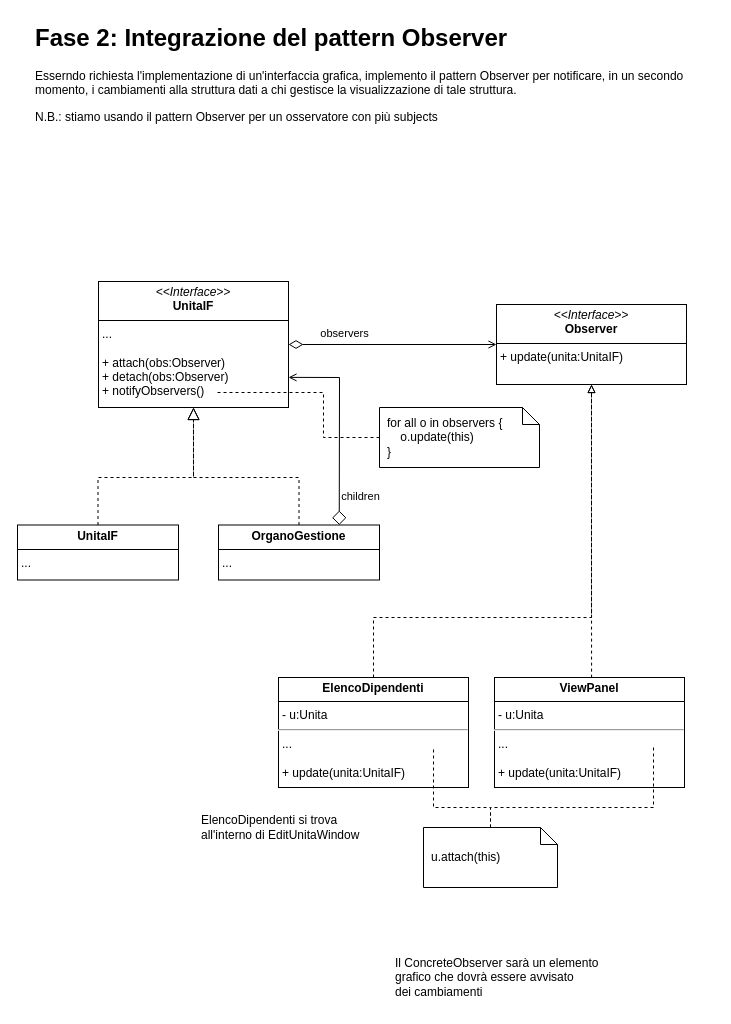
Before: page "Fase 2 - Pattern Observer" (2 of 9) of organigramma-aziendale.drawio in riccardo-florio/organigramma_aziendale, a draw.io diagram. Source tidied: cells renumbered, new cells numbered last; positions are measured from the earlier drawing's top-left corner, leaving out a move shared by most shapes. Both pictures are drawn from the tidied source at 100%, with x=0, y=0 at pixel (17, 17).
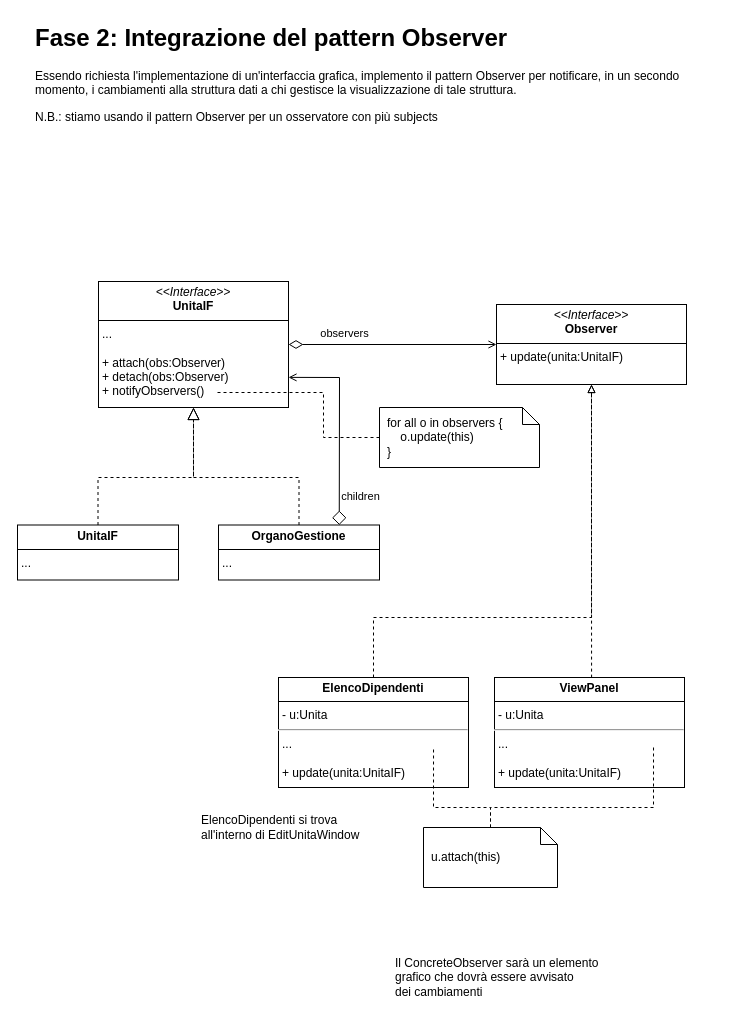
After the change.

Diff of the diagram source:
```diff
@@
-    <mxCell id="14" value="&lt;h1 style=&quot;margin-top: 0px;&quot;&gt;Fase 2: Integrazione del pattern Observer&lt;/h1&gt;&lt;p&gt;Esserndo richiesta l'implementazione di un'interfaccia grafica, implemento il pattern Observer per notificare, in un secondo momento, i cambiamenti alla struttura dati a chi gestisce la visualizzazione di tale struttura.&lt;/p&gt;&lt;p&gt;N.B.: stiamo usando il pattern Observer per un osservatore con più subjects&lt;/p&gt;" style="text;html=1;whiteSpace=wrap;overflow=hidden;rounded=0;" parent="1" vertex="1">
+    <mxCell id="14" value="&lt;h1 style=&quot;margin-top: 0px;&quot;&gt;Fase 2: Integrazione del pattern Observer&lt;/h1&gt;&lt;p&gt;Essendo richiesta l'implementazione di un'interfaccia grafica, implemento il pattern Observer per notificare, in un secondo momento, i cambiamenti alla struttura dati a chi gestisce la visualizzazione di tale struttura.&lt;/p&gt;&lt;p&gt;N.B.: stiamo usando il pattern Observer per un osservatore con più subjects&lt;/p&gt;" style="text;html=1;whiteSpace=wrap;overflow=hidden;rounded=0;" parent="1" vertex="1">
       <mxGeometry x="16" width="680" height="120" as="geometry" />
     </mxCell>
```
